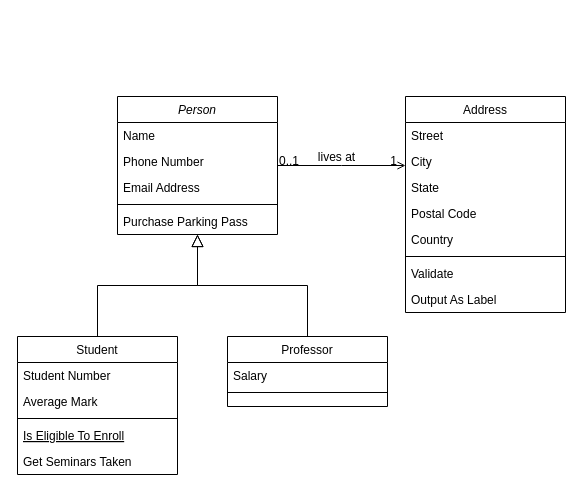
This is Untitled Diagram.drawio from danujaysl/CourseworkADPRG, a draw.io file, before an edit. Source tidied: cells renumbered, new cells numbered last; positions are measured from the earlier drawing's top-left corner, leaving out a move shared by most shapes. Both pictures are drawn from the tidied source at 100%, with x=0, y=0 at pixel (17, 96).
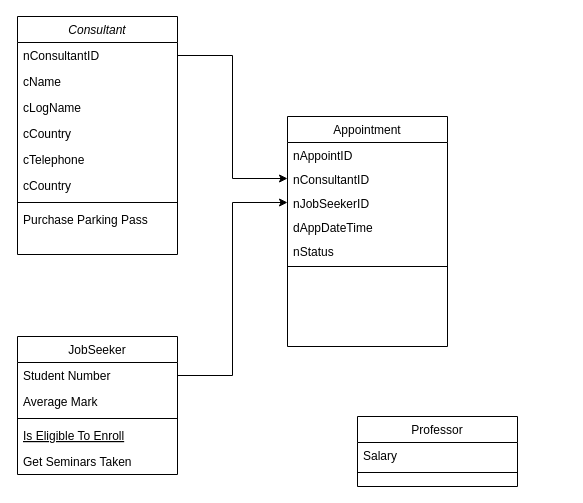
The same page after the edit.

The change refers to these unchanged cells:
```xml
<mxCell id="9" value="Student Number" style="text;align=left;verticalAlign=top;spacingLeft=4;spacingRight=4;overflow=hidden;points=[[0,0.5],[1,0.5]];portConstraint=eastwest;" parent="8" vertex="1">
  <mxGeometry y="26" width="160" height="26" as="geometry" />
</mxCell>
```

Diff of the diagram source:
```diff
@@
-    <mxCell id="2" value="Person" style="swimlane;fontStyle=2;align=center;verticalAlign=top;horizontal=1;startSize=26;rounded=0;shadow=0;strokeWidth=1;" parent="1" vertex="1">
-      <mxGeometry x="100" width="160" height="138" as="geometry" />
+    <mxCell id="2" value="Consultant&#10;" style="swimlane;fontStyle=2;align=center;verticalAlign=top;horizontal=1;startSize=26;rounded=0;shadow=0;strokeWidth=1;" parent="1" vertex="1">
+      <mxGeometry y="-80" width="160" height="238" as="geometry" />
     </mxCell>
-    <mxCell id="3" value="Name" style="text;align=left;verticalAlign=top;spacingLeft=4;spacingRight=4;overflow=hidden;points=[[0,0.5],[1,0.5]];portConstraint=eastwest;" parent="2" vertex="1">
+    <mxCell id="3" value="nConsultantID" style="text;align=left;verticalAlign=top;spacingLeft=4;spacingRight=4;overflow=hidden;points=[[0,0.5,0,0,0],[1,0.5,0,0,0]];portConstraint=eastwest;" parent="2" vertex="1">
       <mxGeometry y="26" width="160" height="26" as="geometry" />
     </mxCell>
-    <mxCell id="4" value="Phone Number" style="text;align=left;verticalAlign=top;spacingLeft=4;spacingRight=4;overflow=hidden;rounded=0;shadow=0;html=0;" parent="2" vertex="1">
+    <mxCell id="4" value="cName" style="text;align=left;verticalAlign=top;spacingLeft=4;spacingRight=4;overflow=hidden;rounded=0;shadow=0;html=0;" parent="2" vertex="1">
       <mxGeometry y="52" width="160" height="26" as="geometry" />
     </mxCell>
-    <mxCell id="5" value="Email Address" style="text;align=left;verticalAlign=top;spacingLeft=4;spacingRight=4;overflow=hidden;rounded=0;shadow=0;html=0;" parent="2" vertex="1">
+    <mxCell id="5" value="cLogName" style="text;align=left;verticalAlign=top;spacingLeft=4;spacingRight=4;overflow=hidden;rounded=0;shadow=0;html=0;" parent="2" vertex="1">
       <mxGeometry y="78" width="160" height="26" as="geometry" />
     </mxCell>
+    <mxCell id="32" value="cCountry" style="text;align=left;verticalAlign=top;spacingLeft=4;spacingRight=4;overflow=hidden;rounded=0;shadow=0;html=0;" parent="2" vertex="1">
+      <mxGeometry y="104" width="160" height="26" as="geometry" />
+    </mxCell>
+    <mxCell id="33" value="cTelephone" style="text;align=left;verticalAlign=top;spacingLeft=4;spacingRight=4;overflow=hidden;rounded=0;shadow=0;html=0;" parent="2" vertex="1">
+      <mxGeometry y="130" width="160" height="26" as="geometry" />
+    </mxCell>
+    <mxCell id="34" value="cCountry" style="text;align=left;verticalAlign=top;spacingLeft=4;spacingRight=4;overflow=hidden;rounded=0;shadow=0;html=0;" parent="2" vertex="1">
+      <mxGeometry y="156" width="160" height="26" as="geometry" />
+    </mxCell>
     <mxCell id="6" style="line;html=1;strokeWidth=1;align=left;verticalAlign=middle;spacingTop=-1;spacingLeft=3;spacingRight=3;labelPosition=right;" parent="2" vertex="1">
-      <mxGeometry y="104" width="160" height="8" as="geometry" />
+      <mxGeometry y="182" width="160" height="8" as="geometry" />
     </mxCell>
     <mxCell id="7" value="Purchase Parking Pass" style="text;align=left;verticalAlign=top;spacingLeft=4;spacingRight=4;overflow=hidden;" parent="2" vertex="1">
-      <mxGeometry y="112" width="160" height="26" as="geometry" />
+      <mxGeometry y="190" width="160" height="48" as="geometry" />
     </mxCell>
-    <mxCell id="8" value="Student" style="swimlane;fontStyle=0;align=center;verticalAlign=top;horizontal=1;startSize=26;rounded=0;shadow=0;strokeWidth=1;" parent="1" vertex="1">
+    <mxCell id="8" value="JobSeeker&#10;" style="swimlane;fontStyle=0;align=center;verticalAlign=top;horizontal=1;startSize=26;rounded=0;shadow=0;strokeWidth=1;" parent="1" vertex="1">
       <mxGeometry y="240" width="160" height="138" as="geometry" />
     </mxCell>
@@
-    <mxCell id="14" style="endArrow=block;endSize=10;endFill=0;shadow=0;strokeWidth=1;rounded=0;edgeStyle=elbowEdgeStyle;elbow=vertical;" parent="1" edge="1" source="8" target="2">
-      <mxGeometry relative="1" as="geometry" />
-    </mxCell>
     <mxCell id="15" value="Professor" style="swimlane;fontStyle=0;align=center;verticalAlign=top;horizontal=1;startSize=26;rounded=0;shadow=0;strokeWidth=1;" parent="1" vertex="1">
-      <mxGeometry x="210" y="240" width="160" height="70" as="geometry" />
+      <mxGeometry x="340" y="320" width="160" height="70" as="geometry" />
     </mxCell>
@@
-    <mxCell id="18" style="endArrow=block;endSize=10;endFill=0;shadow=0;strokeWidth=1;rounded=0;edgeStyle=elbowEdgeStyle;elbow=vertical;" parent="1" edge="1" source="15" target="2">
-      <mxGeometry relative="1" as="geometry" />
-    </mxCell>
-    <mxCell id="19" value="Address" style="swimlane;fontStyle=0;align=center;verticalAlign=top;horizontal=1;startSize=26;rounded=0;shadow=0;strokeWidth=1;" parent="1" vertex="1">
-      <mxGeometry x="388" width="160" height="216" as="geometry" />
+    <mxCell id="19" value="Appointment&#10;" style="swimlane;fontStyle=0;align=center;verticalAlign=top;horizontal=1;startSize=26;rounded=0;shadow=0;strokeWidth=1;" parent="1" vertex="1">
+      <mxGeometry x="270" y="20" width="160" height="230" as="geometry" />
     </mxCell>
-    <mxCell id="20" value="Street" style="text;align=left;verticalAlign=top;spacingLeft=4;spacingRight=4;overflow=hidden;" parent="19" vertex="1">
-      <mxGeometry y="26" width="160" height="26" as="geometry" />
+    <mxCell id="20" value="nAppointID" style="text;align=left;verticalAlign=top;spacingLeft=4;spacingRight=4;overflow=hidden;" parent="19" vertex="1">
+      <mxGeometry y="26" width="160" height="24" as="geometry" />
     </mxCell>
-    <mxCell id="21" value="City" style="text;align=left;verticalAlign=top;spacingLeft=4;spacingRight=4;overflow=hidden;rounded=0;shadow=0;html=0;" parent="19" vertex="1">
-      <mxGeometry y="52" width="160" height="26" as="geometry" />
-    </mxCell>
-    <mxCell id="22" value="State" style="text;align=left;verticalAlign=top;spacingLeft=4;spacingRight=4;overflow=hidden;rounded=0;shadow=0;html=0;" parent="19" vertex="1">
-      <mxGeometry y="78" width="160" height="26" as="geometry" />
-    </mxCell>
-    <mxCell id="23" value="Postal Code" style="text;align=left;verticalAlign=top;spacingLeft=4;spacingRight=4;overflow=hidden;rounded=0;shadow=0;html=0;" parent="19" vertex="1">
-      <mxGeometry y="104" width="160" height="26" as="geometry" />
-    </mxCell>
-    <mxCell id="24" value="Country" style="text;align=left;verticalAlign=top;spacingLeft=4;spacingRight=4;overflow=hidden;rounded=0;shadow=0;html=0;" parent="19" vertex="1">
-      <mxGeometry y="130" width="160" height="26" as="geometry" />
-    </mxCell>
+    <mxCell id="35" value="nConsultantID " style="text;align=left;verticalAlign=top;spacingLeft=4;spacingRight=4;overflow=hidden;points=[[0,0.5],[1,0.5]];portConstraint=eastwest;" parent="19" vertex="1">
+      <mxGeometry y="50" width="160" height="24" as="geometry" />
+    </mxCell>
+    <mxCell id="36" value="nJobSeekerID" style="text;align=left;verticalAlign=top;spacingLeft=4;spacingRight=4;overflow=hidden;points=[[0,0.5],[1,0.5]];portConstraint=eastwest;" parent="19" vertex="1">
+      <mxGeometry y="74" width="160" height="24" as="geometry" />
+    </mxCell>
+    <mxCell id="37" value="dAppDateTime" style="text;align=left;verticalAlign=top;spacingLeft=4;spacingRight=4;overflow=hidden;" parent="19" vertex="1">
+      <mxGeometry y="98" width="160" height="24" as="geometry" />
+    </mxCell>
+    <mxCell id="38" value="nStatus" style="text;align=left;verticalAlign=top;spacingLeft=4;spacingRight=4;overflow=hidden;" parent="19" vertex="1">
+      <mxGeometry y="122" width="160" height="24" as="geometry" />
+    </mxCell>
     <mxCell id="25" style="line;html=1;strokeWidth=1;align=left;verticalAlign=middle;spacingTop=-1;spacingLeft=3;spacingRight=3;labelPosition=right;" parent="19" vertex="1">
-      <mxGeometry y="156" width="160" height="8" as="geometry" />
+      <mxGeometry y="146" width="160" height="8" as="geometry" />
     </mxCell>
-    <mxCell id="26" value="Validate" style="text;align=left;verticalAlign=top;spacingLeft=4;spacingRight=4;overflow=hidden;" parent="19" vertex="1">
-      <mxGeometry y="164" width="160" height="26" as="geometry" />
-    </mxCell>
-    <mxCell id="27" value="Output As Label" style="text;align=left;verticalAlign=top;spacingLeft=4;spacingRight=4;overflow=hidden;" parent="19" vertex="1">
-      <mxGeometry y="190" width="160" height="26" as="geometry" />
-    </mxCell>
-    <mxCell id="28" style="endArrow=open;shadow=0;strokeWidth=1;rounded=0;endFill=1;edgeStyle=elbowEdgeStyle;elbow=vertical;" parent="1" edge="1" source="2" target="19">
-      <mxGeometry x="0.5" y="41" relative="1" as="geometry">
-        <mxPoint x="-40" y="32" as="offset" />
-      </mxGeometry>
-    </mxCell>
-    <mxCell id="29" value="0..1" style="align=left;verticalAlign=bottom;labelBackgroundColor=none;fontSize=12;" parent="28" vertex="1">
-      <mxGeometry x="-1" relative="1" as="geometry">
-        <mxPoint y="4" as="offset" />
-      </mxGeometry>
-    </mxCell>
-    <mxCell id="30" value="1" style="align=right;verticalAlign=bottom;labelBackgroundColor=none;fontSize=12;" parent="28" vertex="1">
-      <mxGeometry x="1" relative="1" as="geometry">
-        <mxPoint x="-7" y="4" as="offset" />
-      </mxGeometry>
-    </mxCell>
-    <mxCell id="31" value="lives at" style="text;html=1;align=center;verticalAlign=middle;labelBackgroundColor=none;rounded=0;shadow=0;strokeWidth=1;fontSize=12;" parent="28" vertex="1">
-      <mxGeometry x="0.5" y="49" relative="1" as="geometry">
-        <mxPoint x="-38" y="40" as="offset" />
-      </mxGeometry>
-    </mxCell>
+    <mxCell id="39" style="edgeStyle=orthogonalEdgeStyle;rounded=0;jettySize=auto;html=1;entryX=0;entryY=0.5;entryDx=0;entryDy=0;" parent="1" edge="1" source="3" target="35">
+      <mxGeometry relative="1" as="geometry" />
+    </mxCell>
+    <mxCell id="40" style="edgeStyle=orthogonalEdgeStyle;rounded=0;jettySize=auto;html=1;entryX=0;entryY=0.5;entryDx=0;entryDy=0;" parent="1" edge="1" source="9" target="36">
+      <mxGeometry relative="1" as="geometry" />
+    </mxCell>
```
